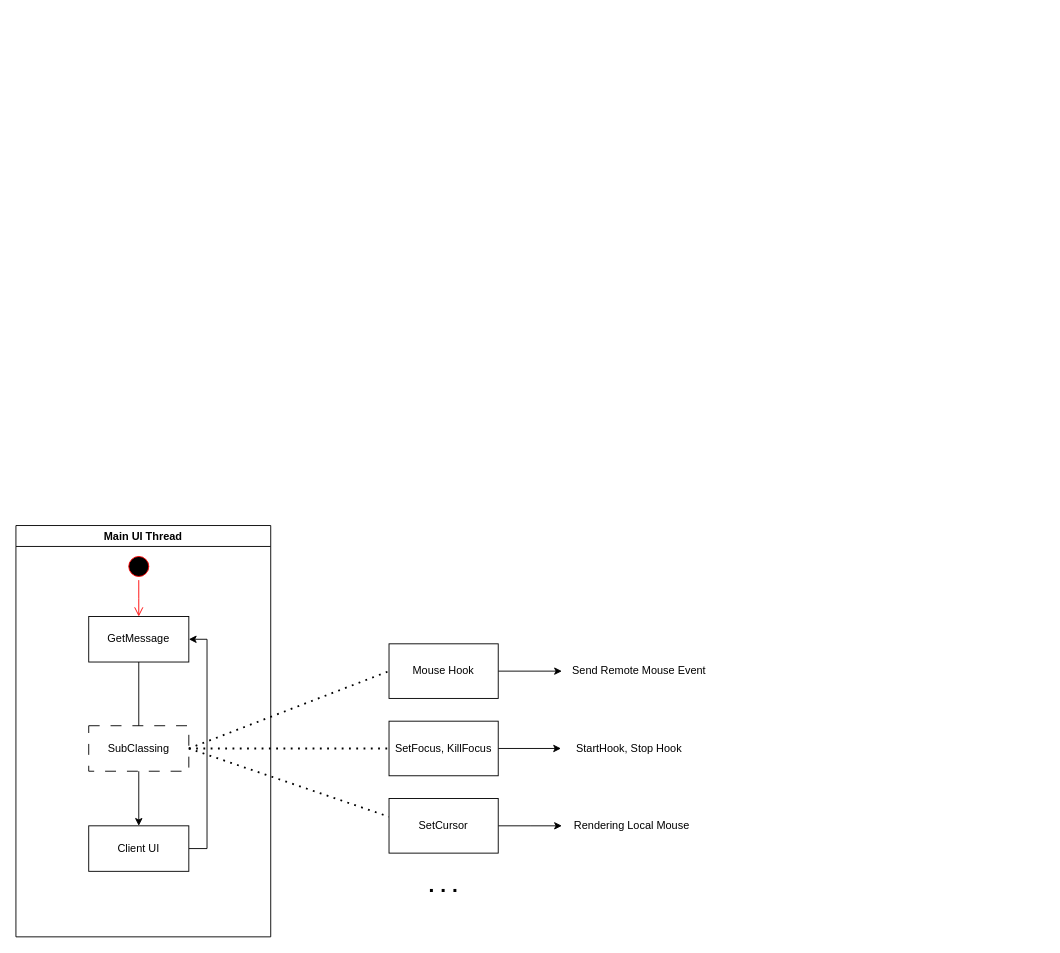
This is UML/mirero/SwRcs/WindowsHook.drawio from rhkdguskim/Study, a draw.io file, before an edit. Source tidied: cells renumbered, new cells numbered last; positions are measured from the earlier drawing's top-left corner, leaving out a move shared by most shapes. Both pictures are drawn from the tidied source at 91%, with x=0, y=0 at pixel (15, 525).
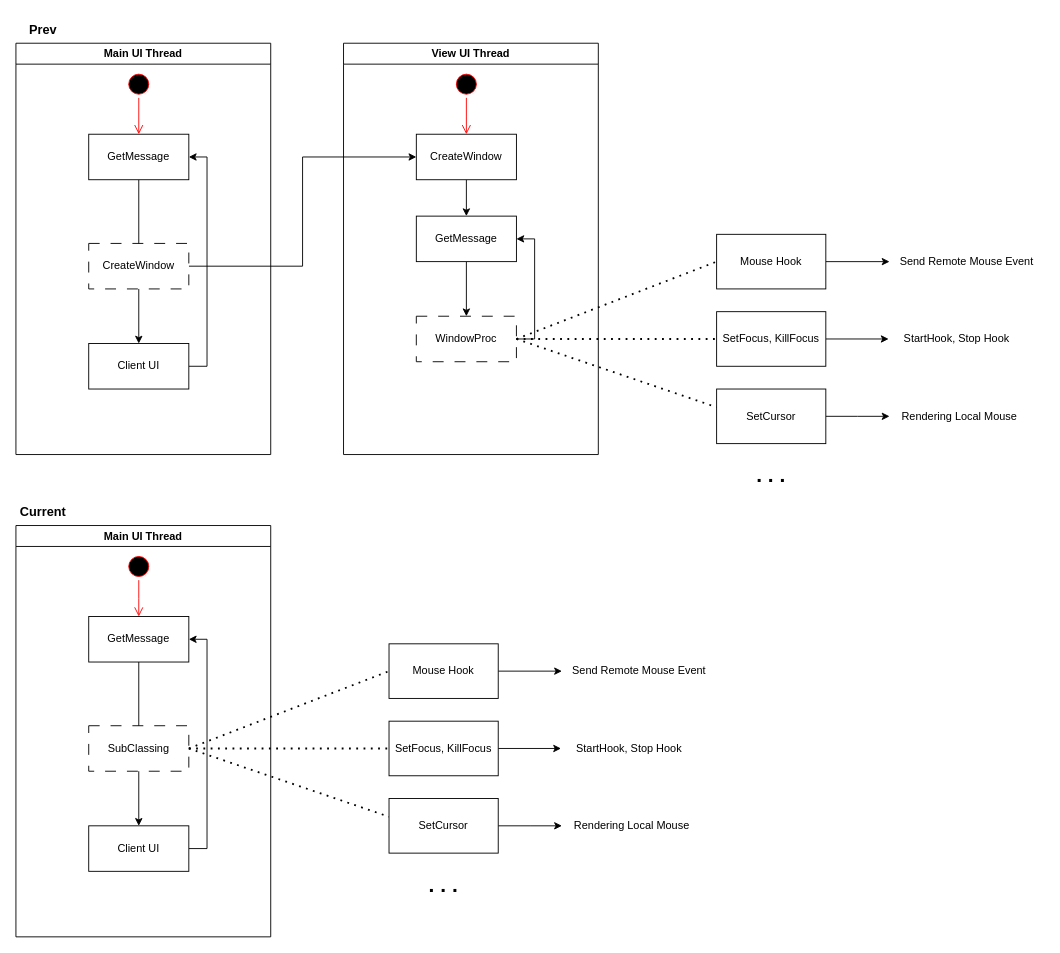
Above is the later version.

The edit, as a diff of the source:
```diff
@@
+    <mxCell id="23" style="ellipse;html=1;shape=startState;fillColor=#000000;strokeColor=#ff0000;" parent="1" vertex="1">
+      <mxGeometry x="120" y="-500" width="30" height="30" as="geometry" />
+    </mxCell>
+    <mxCell id="24" style="edgeStyle=orthogonalEdgeStyle;html=1;verticalAlign=bottom;endArrow=open;endSize=8;strokeColor=#ff0000;rounded=0;" parent="1" edge="1" source="23">
+      <mxGeometry relative="1" as="geometry">
+        <mxPoint x="135" y="-430" as="targetPoint" />
+      </mxGeometry>
+    </mxCell>
+    <mxCell id="25" style="edgeStyle=orthogonalEdgeStyle;rounded=0;jettySize=auto;html=1;entryX=0.5;entryY=0;entryDx=0;entryDy=0;" parent="1" edge="1" source="26" target="28">
+      <mxGeometry relative="1" as="geometry" />
+    </mxCell>
+    <mxCell id="26" value="GetMessage" style="html=1;whiteSpace=wrap;" parent="1" vertex="1">
+      <mxGeometry x="80" y="-430" width="110" height="50" as="geometry" />
+    </mxCell>
+    <mxCell id="27" style="edgeStyle=orthogonalEdgeStyle;rounded=0;jettySize=auto;html=1;entryX=1;entryY=0.5;entryDx=0;entryDy=0;" parent="1" edge="1" source="28" target="26">
+      <mxGeometry relative="1" as="geometry">
+        <Array as="points">
+          <mxPoint x="210" y="-175" />
+          <mxPoint x="210" y="-405" />
+        </Array>
+      </mxGeometry>
+    </mxCell>
+    <mxCell id="28" value="Client UI" style="html=1;whiteSpace=wrap;" parent="1" vertex="1">
+      <mxGeometry x="80" y="-200" width="110" height="50" as="geometry" />
+    </mxCell>
+    <mxCell id="29" style="edgeStyle=orthogonalEdgeStyle;rounded=0;jettySize=auto;html=1;entryX=0;entryY=0.5;entryDx=0;entryDy=0;" parent="1" edge="1" source="30" target="35">
+      <mxGeometry relative="1" as="geometry" />
+    </mxCell>
+    <mxCell id="30" value="CreateWindow" style="html=1;whiteSpace=wrap;dashed=1;dashPattern=12 12;" parent="1" vertex="1">
+      <mxGeometry x="80" y="-310" width="110" height="50" as="geometry" />
+    </mxCell>
+    <mxCell id="31" value="Main UI Thread" style="swimlane;whiteSpace=wrap;" parent="1" vertex="1">
+      <mxGeometry y="-530" width="280" height="452" as="geometry" />
+    </mxCell>
+    <mxCell id="32" style="ellipse;html=1;shape=startState;fillColor=#000000;strokeColor=#ff0000;" parent="1" vertex="1">
+      <mxGeometry x="480" y="-500" width="30" height="30" as="geometry" />
+    </mxCell>
+    <mxCell id="33" style="edgeStyle=orthogonalEdgeStyle;html=1;verticalAlign=bottom;endArrow=open;endSize=8;strokeColor=#ff0000;rounded=0;" parent="1" edge="1" source="32">
+      <mxGeometry relative="1" as="geometry">
+        <mxPoint x="495" y="-430" as="targetPoint" />
+      </mxGeometry>
+    </mxCell>
+    <mxCell id="34" style="edgeStyle=orthogonalEdgeStyle;rounded=0;jettySize=auto;html=1;entryX=0.5;entryY=0;entryDx=0;entryDy=0;" parent="1" edge="1" source="35" target="40">
+      <mxGeometry relative="1" as="geometry" />
+    </mxCell>
+    <mxCell id="35" value="CreateWindow" style="html=1;whiteSpace=wrap;" parent="1" vertex="1">
+      <mxGeometry x="440" y="-430" width="110" height="50" as="geometry" />
+    </mxCell>
+    <mxCell id="36" value="View UI Thread" style="swimlane;whiteSpace=wrap;" parent="1" vertex="1">
+      <mxGeometry x="360" y="-530" width="280" height="452" as="geometry" />
+    </mxCell>
+    <mxCell id="37" style="edgeStyle=orthogonalEdgeStyle;rounded=0;jettySize=auto;html=1;entryX=1;entryY=0.5;entryDx=0;entryDy=0;" parent="36" edge="1" source="38" target="40">
+      <mxGeometry relative="1" as="geometry">
+        <Array as="points">
+          <mxPoint x="210" y="325" />
+          <mxPoint x="210" y="215" />
+        </Array>
+      </mxGeometry>
+    </mxCell>
+    <mxCell id="38" value="WindowProc" style="html=1;whiteSpace=wrap;dashed=1;dashPattern=12 12;" parent="36" vertex="1">
+      <mxGeometry x="80" y="300" width="110" height="50" as="geometry" />
+    </mxCell>
+    <mxCell id="39" style="edgeStyle=orthogonalEdgeStyle;rounded=0;jettySize=auto;html=1;entryX=0.5;entryY=0;entryDx=0;entryDy=0;" parent="36" edge="1" source="40" target="38">
+      <mxGeometry relative="1" as="geometry" />
+    </mxCell>
+    <mxCell id="40" value="GetMessage" style="html=1;whiteSpace=wrap;" parent="36" vertex="1">
+      <mxGeometry x="80" y="190" width="110" height="50" as="geometry" />
+    </mxCell>
+    <mxCell id="41" style="endArrow=none;dashed=1;html=1;dashPattern=1 3;strokeWidth=2;rounded=0;exitX=1;exitY=0.5;exitDx=0;exitDy=0;entryX=0;entryY=0.5;entryDx=0;entryDy=0;" parent="1" edge="1" target="43">
+      <mxGeometry relative="1" as="geometry">
+        <mxPoint x="550" y="-205" as="sourcePoint" />
+      </mxGeometry>
+    </mxCell>
+    <mxCell id="42" style="edgeStyle=orthogonalEdgeStyle;rounded=0;jettySize=auto;html=1;" parent="1" edge="1" source="43" target="46">
+      <mxGeometry relative="1" as="geometry" />
+    </mxCell>
+    <mxCell id="43" value="Mouse Hook" style="rounded=0;whiteSpace=wrap;html=1;" parent="1" vertex="1">
+      <mxGeometry x="770" y="-320" width="120" height="60" as="geometry" />
+    </mxCell>
+    <mxCell id="44" style="edgeStyle=orthogonalEdgeStyle;rounded=0;jettySize=auto;html=1;" parent="1" edge="1" source="45" target="47">
+      <mxGeometry relative="1" as="geometry" />
+    </mxCell>
+    <mxCell id="45" value="SetFocus, KillFocus" style="rounded=0;whiteSpace=wrap;html=1;" parent="1" vertex="1">
+      <mxGeometry x="770" y="-235" width="120" height="60" as="geometry" />
+    </mxCell>
+    <mxCell id="46" value="Send Remote Mouse Event" style="text;html=1;align=center;verticalAlign=middle;whiteSpace=wrap;rounded=0;" parent="1" vertex="1">
+      <mxGeometry x="960" y="-305" width="170" height="30" as="geometry" />
+    </mxCell>
+    <mxCell id="47" value="StartHook, Stop Hook" style="text;html=1;align=center;verticalAlign=middle;whiteSpace=wrap;rounded=0;" parent="1" vertex="1">
+      <mxGeometry x="959" y="-220" width="150" height="30" as="geometry" />
+    </mxCell>
+    <mxCell id="48" style="endArrow=none;dashed=1;html=1;dashPattern=1 3;strokeWidth=2;rounded=0;exitX=1;exitY=0.5;exitDx=0;exitDy=0;" parent="1" edge="1">
+      <mxGeometry relative="1" as="geometry">
+        <mxPoint x="550" y="-205" as="sourcePoint" />
+        <mxPoint x="770" y="-130" as="targetPoint" />
+      </mxGeometry>
+    </mxCell>
+    <mxCell id="49" style="edgeStyle=orthogonalEdgeStyle;rounded=0;jettySize=auto;html=1;" parent="1" edge="1" source="50">
+      <mxGeometry relative="1" as="geometry">
+        <mxPoint x="960" y="-120" as="targetPoint" />
+      </mxGeometry>
+    </mxCell>
+    <mxCell id="50" value="SetCursor" style="rounded=0;whiteSpace=wrap;html=1;" parent="1" vertex="1">
+      <mxGeometry x="770" y="-150" width="120" height="60" as="geometry" />
+    </mxCell>
+    <mxCell id="51" value="Rendering Local Mouse" style="text;html=1;align=center;verticalAlign=middle;whiteSpace=wrap;rounded=0;" parent="1" vertex="1">
+      <mxGeometry x="952" y="-135" width="170" height="30" as="geometry" />
+    </mxCell>
+    <mxCell id="52" style="endArrow=none;dashed=1;html=1;dashPattern=1 3;strokeWidth=2;rounded=0;exitX=1;exitY=0.5;exitDx=0;exitDy=0;entryX=0;entryY=0.5;entryDx=0;entryDy=0;" parent="1" edge="1" target="45">
+      <mxGeometry relative="1" as="geometry">
+        <mxPoint x="550" y="-205" as="sourcePoint" />
+      </mxGeometry>
+    </mxCell>
+    <mxCell id="53" value=". . ." style="text;html=1;align=center;verticalAlign=middle;whiteSpace=wrap;rounded=0;fontSize=23;fontStyle=1;" parent="1" vertex="1">
+      <mxGeometry x="800" y="-70" width="60" height="30" as="geometry" />
+    </mxCell>
+    <mxCell id="54" value="Prev" style="text;html=1;align=center;verticalAlign=middle;whiteSpace=wrap;rounded=0;fontStyle=1;fontSize=14;" parent="1" vertex="1">
+      <mxGeometry y="-560" width="60" height="30" as="geometry" />
+    </mxCell>
+    <mxCell id="55" value="Current" style="text;html=1;align=center;verticalAlign=middle;whiteSpace=wrap;rounded=0;fontStyle=1;fontSize=14;" parent="1" vertex="1">
+      <mxGeometry y="-30" width="60" height="30" as="geometry" />
+    </mxCell>
```
